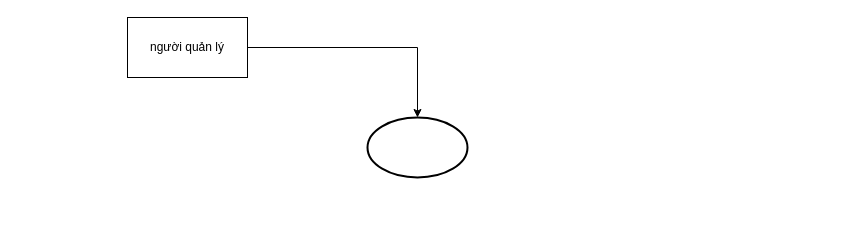
Above: page "Page-4" (4 of 5) of Untitled Diagram.drawio in hoa-kidnav/wt-bandf8 (draw.io), before the change. Source tidied: cells renumbered, new cells numbered last; positions are measured from the earlier drawing's top-left corner, leaving out a move shared by most shapes. Both pictures are drawn from the tidied source at 100%, with x=0, y=0 at pixel (127, 17).
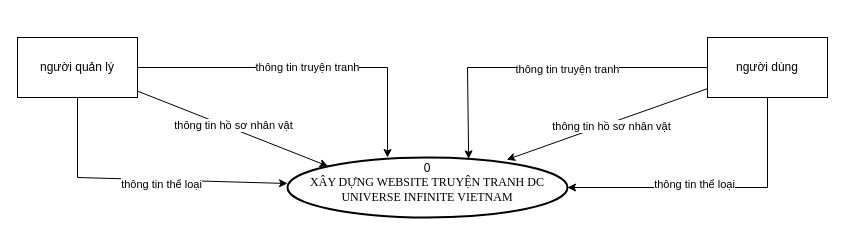
The same page after the edit.

The edit, as a diff of the source:
```diff
@@
-    <mxCell id="2" style="edgeStyle=orthogonalEdgeStyle;rounded=0;jettySize=auto;html=1;" parent="1" edge="1" source="3" target="4">
-      <mxGeometry relative="1" as="geometry" />
+    <mxCell id="2" value="thông tin truyện tranh" style="edgeStyle=orthogonalEdgeStyle;rounded=0;jettySize=auto;html=1;" parent="1" edge="1" source="3" target="4">
+      <mxGeometry relative="1" as="geometry">
+        <Array as="points">
+          <mxPoint x="260" y="50" />
+        </Array>
+      </mxGeometry>
     </mxCell>
     <mxCell id="3" value="người quản lý" style="rounded=0;whiteSpace=wrap;html=1;" parent="1" vertex="1">
-      <mxGeometry width="120" height="60" as="geometry" />
+      <mxGeometry x="-110" y="20" width="120" height="60" as="geometry" />
     </mxCell>
-    <mxCell id="4" style="strokeWidth=2;html=1;shape=mxgraph.flowchart.start_1;whiteSpace=wrap;" parent="1" vertex="1">
-      <mxGeometry x="240" y="100" width="100" height="60" as="geometry" />
+    <mxCell id="4" value="0&lt;br&gt;&lt;font style=&quot;border-color: var(--border-color);&quot; face=&quot;Times New Roman&quot;&gt;XÂY DỰNG WEBSITE TRUYỆN TRANH DC UNIVERSE INFINITE VIETNAM&lt;/font&gt;&lt;p style=&quot;border-color: var(--border-color); font-size: 10px;&quot;&gt;&lt;/p&gt;&lt;font style=&quot;border-color: var(--border-color); font-size: 10px;&quot;&gt;&lt;/font&gt;" style="strokeWidth=2;html=1;shape=mxgraph.flowchart.start_1;whiteSpace=wrap;" parent="1" vertex="1">
+      <mxGeometry x="160" y="140" width="280" height="60" as="geometry" />
     </mxCell>
+    <mxCell id="5" style="endArrow=classic;html=1;rounded=0;entryX=0.145;entryY=0.145;entryDx=0;entryDy=0;entryPerimeter=0;" parent="1" edge="1" source="3" target="4">
+      <mxGeometry relative="1" as="geometry" />
+    </mxCell>
+    <mxCell id="6" value="thông tin hồ sơ nhân vật" style="edgeLabel;html=1;align=center;verticalAlign=middle;" parent="5" vertex="1">
+      <mxGeometry x="-0.02" y="3" relative="1" as="geometry">
+        <mxPoint x="1" as="offset" />
+      </mxGeometry>
+    </mxCell>
+    <mxCell id="7" style="endArrow=classic;html=1;rounded=0;exitX=0.5;exitY=1;exitDx=0;exitDy=0;" parent="1" edge="1" source="3" target="4">
+      <mxGeometry relative="1" as="geometry">
+        <Array as="points">
+          <mxPoint x="-50" y="160" />
+        </Array>
+      </mxGeometry>
+    </mxCell>
+    <mxCell id="8" value="thông tin thể loại" style="edgeLabel;html=1;align=center;verticalAlign=middle;" parent="7" vertex="1">
+      <mxGeometry x="0.13" y="-4" relative="1" as="geometry" />
+    </mxCell>
+    <mxCell id="9" value="người dùng" style="rounded=0;whiteSpace=wrap;html=1;" parent="1" vertex="1">
+      <mxGeometry x="580" y="20" width="120" height="60" as="geometry" />
+    </mxCell>
+    <mxCell id="10" style="endArrow=classic;html=1;rounded=0;exitX=0;exitY=0.5;exitDx=0;exitDy=0;entryX=0.647;entryY=0.023;entryDx=0;entryDy=0;entryPerimeter=0;" parent="1" edge="1" source="9" target="4">
+      <mxGeometry relative="1" as="geometry">
+        <Array as="points">
+          <mxPoint x="340" y="50" />
+        </Array>
+      </mxGeometry>
+    </mxCell>
+    <mxCell id="11" value="thông tin truyện tranh" style="edgeLabel;html=1;align=center;verticalAlign=middle;" parent="10" vertex="1">
+      <mxGeometry x="-0.15" y="1" relative="1" as="geometry" />
+    </mxCell>
+    <mxCell id="12" style="endArrow=classic;html=1;rounded=0;entryX=0.783;entryY=0.037;entryDx=0;entryDy=0;entryPerimeter=0;" parent="1" edge="1" source="9" target="4">
+      <mxGeometry relative="1" as="geometry">
+        <Array as="points">
+          <mxPoint x="470" y="110" />
+        </Array>
+      </mxGeometry>
+    </mxCell>
+    <mxCell id="13" value="thông tin hồ sơ nhân vật" style="edgeLabel;html=1;align=center;verticalAlign=middle;" parent="12" vertex="1">
+      <mxGeometry x="-0.02" y="3" relative="1" as="geometry">
+        <mxPoint x="1" as="offset" />
+      </mxGeometry>
+    </mxCell>
+    <mxCell id="14" style="endArrow=classic;html=1;rounded=0;entryX=1;entryY=0.5;entryDx=0;entryDy=0;entryPerimeter=0;" parent="1" edge="1" source="9" target="4">
+      <mxGeometry relative="1" as="geometry">
+        <Array as="points">
+          <mxPoint x="640" y="170" />
+        </Array>
+      </mxGeometry>
+    </mxCell>
+    <mxCell id="15" value="thông tin thể loại" style="edgeLabel;html=1;align=center;verticalAlign=middle;" parent="14" vertex="1">
+      <mxGeometry x="0.13" y="-4" relative="1" as="geometry" />
+    </mxCell>
```
